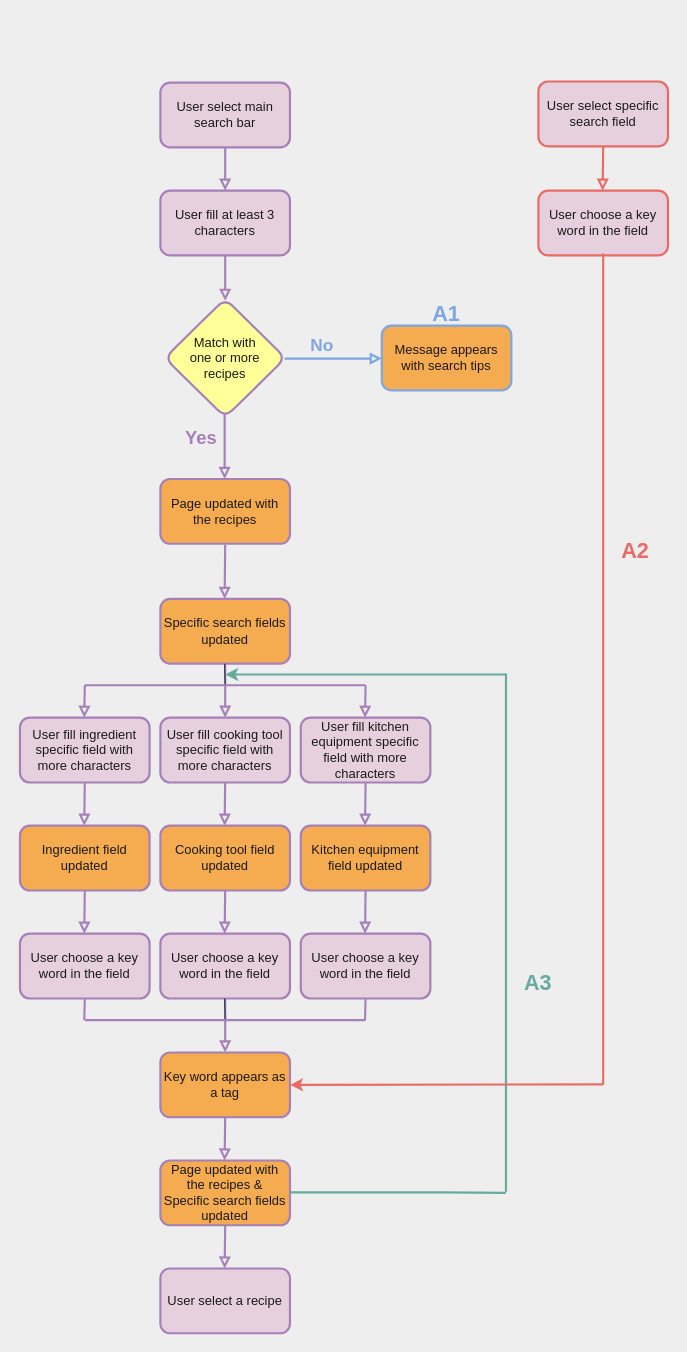
Earlier version of the draw.io diagram Untitled Diagram.drawio (July-github/Les-Petits-Plats). Source tidied: cells renumbered, new cells numbered last; positions are measured from the earlier drawing's top-left corner, leaving out a move shared by most shapes. Both pictures are drawn from the tidied source at 108%, with x=0, y=0 at pixel (19, 81).
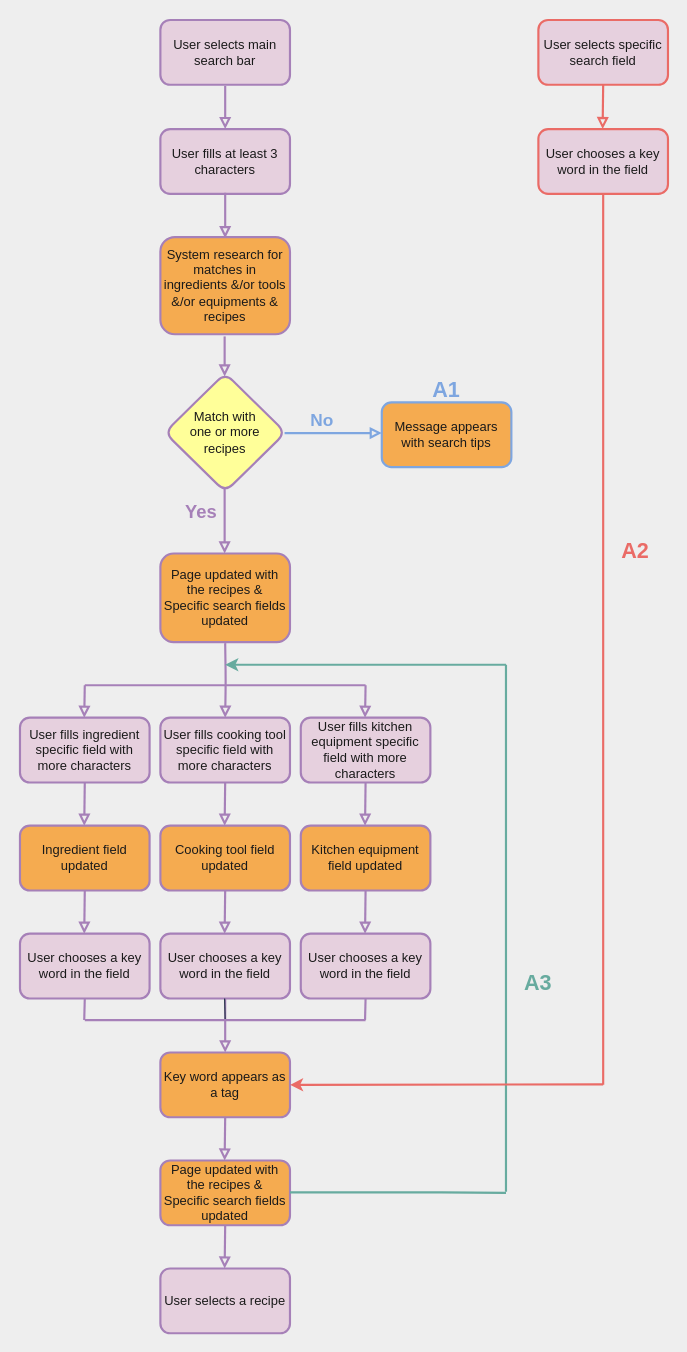
After the change.

Change to the diagram source:
```diff
@@
-    <mxCell id="2" value="User select main search bar" style="whiteSpace=wrap;html=1;fillColor=#E6D0DE;strokeColor=#A680B8;rounded=1;fontColor=#1A1A1A;strokeWidth=2;" parent="1" vertex="1">
-      <mxGeometry x="130" y="1" width="120" height="60" as="geometry" />
+    <mxCell id="2" value="User selects main search bar" style="whiteSpace=wrap;html=1;fillColor=#E6D0DE;strokeColor=#A680B8;rounded=1;fontColor=#1A1A1A;strokeWidth=2;" parent="1" vertex="1">
+      <mxGeometry x="130" y="-57" width="120" height="60" as="geometry" />
     </mxCell>
     <mxCell id="3" style="endArrow=block;html=1;endFill=0;labelBackgroundColor=#EEEEEE;strokeColor=#A680B8;fontColor=#000000;strokeWidth=2;" parent="1" edge="1">
       <mxGeometry relative="1" as="geometry">
-        <mxPoint x="190" y="61" as="sourcePoint" />
-        <mxPoint x="190" y="101" as="targetPoint" />
+        <mxPoint x="190" y="4" as="sourcePoint" />
+        <mxPoint x="190" y="44" as="targetPoint" />
       </mxGeometry>
     </mxCell>
-    <mxCell id="4" value="User fill at least 3 characters" style="whiteSpace=wrap;html=1;fillColor=#E6D0DE;strokeColor=#A680B8;rounded=1;fontColor=#1A1A1A;strokeWidth=2;" parent="1" vertex="1">
-      <mxGeometry x="130" y="101" width="120" height="60" as="geometry" />
+    <mxCell id="4" value="User fills at least 3 characters" style="whiteSpace=wrap;html=1;fillColor=#E6D0DE;strokeColor=#A680B8;rounded=1;fontColor=#1A1A1A;strokeWidth=2;" parent="1" vertex="1">
+      <mxGeometry x="130" y="44" width="120" height="60" as="geometry" />
     </mxCell>
     <mxCell id="5" value="Match with &lt;br&gt;one or more &lt;br&gt;recipes" style="rhombus;whiteSpace=wrap;html=1;fillColor=#FFFF99;strokeColor=#A680B8;rounded=1;fontColor=#1A1A1A;strokeWidth=2;" parent="1" vertex="1">
-      <mxGeometry x="134" y="201" width="112" height="110" as="geometry" />
+      <mxGeometry x="134" y="270" width="112" height="110" as="geometry" />
     </mxCell>
     <mxCell id="6" style="endArrow=block;html=1;endFill=0;labelBackgroundColor=#EEEEEE;strokeColor=#A680B8;fontColor=#000000;strokeWidth=2;" parent="1" edge="1">
       <mxGeometry relative="1" as="geometry">
-        <mxPoint x="190" y="161" as="sourcePoint" />
-        <mxPoint x="190" y="203" as="targetPoint" />
+        <mxPoint x="190" y="103" as="sourcePoint" />
+        <mxPoint x="190" y="145" as="targetPoint" />
       </mxGeometry>
     </mxCell>
     <mxCell id="7" style="endArrow=block;html=1;endFill=0;strokeColor=#7EA6E0;strokeWidth=2;arcSize=20;labelBackgroundColor=#EEEEEE;fontColor=#7EA6E0;" parent="1" edge="1">
       <mxGeometry relative="1" as="geometry">
-        <mxPoint x="245" y="256.5" as="sourcePoint" />
-        <mxPoint x="335" y="256.5" as="targetPoint" />
+        <mxPoint x="245" y="325.5" as="sourcePoint" />
+        <mxPoint x="335" y="325.5" as="targetPoint" />
       </mxGeometry>
     </mxCell>
     <mxCell id="8" value="No" style="text;html=1;strokeColor=none;fillColor=none;align=center;verticalAlign=middle;whiteSpace=wrap;fontColor=#7EA6E0;rounded=1;fontStyle=1;fontSize=16;" parent="1" vertex="1">
-      <mxGeometry x="250" y="229" width="60" height="30" as="geometry" />
+      <mxGeometry x="250" y="298" width="60" height="30" as="geometry" />
     </mxCell>
     <mxCell id="9" value="Yes" style="text;html=1;strokeColor=none;fillColor=none;align=center;verticalAlign=middle;whiteSpace=wrap;rounded=1;fontColor=#A680B8;fontStyle=1;fontSize=17;" parent="1" vertex="1">
-      <mxGeometry x="138" y="316" width="60" height="30" as="geometry" />
+      <mxGeometry x="138" y="385" width="60" height="30" as="geometry" />
     </mxCell>
     <mxCell id="10" style="endArrow=block;html=1;endFill=0;labelBackgroundColor=#EEEEEE;strokeColor=#A680B8;fontColor=#000000;strokeWidth=2;" parent="1" edge="1">
       <mxGeometry relative="1" as="geometry">
-        <mxPoint x="189.5" y="308" as="sourcePoint" />
-        <mxPoint x="189.5" y="368" as="targetPoint" />
+        <mxPoint x="189.5" y="377" as="sourcePoint" />
+        <mxPoint x="189.5" y="437" as="targetPoint" />
       </mxGeometry>
     </mxCell>
-    <mxCell id="11" value="Page updated with the recipes" style="whiteSpace=wrap;html=1;fillColor=#F5AB50;strokeColor=#A680B8;rounded=1;fontColor=#1A1A1A;strokeWidth=2;" parent="1" vertex="1">
-      <mxGeometry x="130" y="368" width="120" height="60" as="geometry" />
+    <mxCell id="11" value="Page updated with the recipes &amp;amp;&lt;br&gt;Specific search fields updated" style="whiteSpace=wrap;html=1;fillColor=#F5AB50;strokeColor=#A680B8;rounded=1;fontColor=#1A1A1A;strokeWidth=2;" parent="1" vertex="1">
+      <mxGeometry x="130" y="437" width="120" height="82" as="geometry" />
     </mxCell>
-    <mxCell id="12" style="edgeStyle=orthogonalEdgeStyle;jettySize=auto;html=1;endArrow=block;endFill=0;labelBackgroundColor=#EEEEEE;strokeColor=#A680B8;fontColor=#000000;strokeWidth=2;" parent="1" edge="1" source="13" target="17">
-      <mxGeometry relative="1" as="geometry" />
+    <mxCell id="12" style="edgeStyle=orthogonalEdgeStyle;jettySize=auto;html=1;endArrow=block;endFill=0;labelBackgroundColor=#EEEEEE;strokeColor=#A680B8;fontColor=#000000;strokeWidth=2;" parent="1" edge="1" target="17">
+      <mxGeometry relative="1" as="geometry">
+        <mxPoint x="190" y="520" as="sourcePoint" />
+      </mxGeometry>
     </mxCell>
-    <mxCell id="13" value="Specific search fields updated" style="whiteSpace=wrap;html=1;fillColor=#F5AB50;strokeColor=#A680B8;rounded=1;fontColor=#1A1A1A;strokeWidth=2;" parent="1" vertex="1">
-      <mxGeometry x="130" y="479" width="120" height="60" as="geometry" />
-    </mxCell>
-    <mxCell id="14" style="endArrow=block;html=1;endFill=0;labelBackgroundColor=#EEEEEE;strokeColor=#A680B8;fontColor=#000000;strokeWidth=2;" parent="1" edge="1">
-      <mxGeometry relative="1" as="geometry">
-        <mxPoint x="190" y="429" as="sourcePoint" />
-        <mxPoint x="189.5" y="479" as="targetPoint" />
-      </mxGeometry>
-    </mxCell>
-    <mxCell id="15" value="User fill ingredient specific field with more characters" style="whiteSpace=wrap;html=1;fillColor=#E6D0DE;strokeColor=#A680B8;rounded=1;fontColor=#1A1A1A;strokeWidth=2;" parent="1" vertex="1">
+    <mxCell id="15" value="User fills ingredient specific field with more characters" style="whiteSpace=wrap;html=1;fillColor=#E6D0DE;strokeColor=#A680B8;rounded=1;fontColor=#1A1A1A;strokeWidth=2;" parent="1" vertex="1">
       <mxGeometry y="589" width="120" height="60" as="geometry" />
     </mxCell>
@@
-    <mxCell id="17" value="User fill cooking tool specific field with more characters" style="whiteSpace=wrap;html=1;fillColor=#E6D0DE;strokeColor=#A680B8;rounded=1;fontColor=#1A1A1A;strokeWidth=2;" parent="1" vertex="1">
+    <mxCell id="17" value="User fills cooking tool specific field with more characters" style="whiteSpace=wrap;html=1;fillColor=#E6D0DE;strokeColor=#A680B8;rounded=1;fontColor=#1A1A1A;strokeWidth=2;" parent="1" vertex="1">
       <mxGeometry x="130" y="589" width="120" height="60" as="geometry" />
     </mxCell>
-    <mxCell id="18" value="User fill kitchen equipment specific field with more characters" style="whiteSpace=wrap;html=1;fillColor=#E6D0DE;strokeColor=#A680B8;rounded=1;fontColor=#1A1A1A;strokeWidth=2;" parent="1" vertex="1">
+    <mxCell id="18" value="User fills kitchen equipment specific field with more characters" style="whiteSpace=wrap;html=1;fillColor=#E6D0DE;strokeColor=#A680B8;rounded=1;fontColor=#1A1A1A;strokeWidth=2;" parent="1" vertex="1">
       <mxGeometry x="260" y="589" width="120" height="60" as="geometry" />
     </mxCell>
-    <mxCell id="19" style="endArrow=none;html=1;labelBackgroundColor=#EEEEEE;strokeColor=#182E3E;fontColor=#1A1A1A;" parent="1" edge="1">
-      <mxGeometry relative="1" as="geometry">
-        <mxPoint x="190" y="559" as="sourcePoint" />
-        <mxPoint x="189.5" y="539" as="targetPoint" />
-      </mxGeometry>
-    </mxCell>
@@
-    <mxCell id="28" value="User choose a key word in the field" style="whiteSpace=wrap;html=1;fillColor=#E6D0DE;strokeColor=#A680B8;rounded=1;fontColor=#1A1A1A;strokeWidth=2;" parent="1" vertex="1">
+    <mxCell id="28" value="User chooses a key word in the field" style="whiteSpace=wrap;html=1;fillColor=#E6D0DE;strokeColor=#A680B8;rounded=1;fontColor=#1A1A1A;strokeWidth=2;" parent="1" vertex="1">
       <mxGeometry y="789" width="120" height="60" as="geometry" />
     </mxCell>
@@
-    <mxCell id="30" value="User choose a key word in the field" style="whiteSpace=wrap;html=1;fillColor=#E6D0DE;strokeColor=#A680B8;rounded=1;fontColor=#1A1A1A;strokeWidth=2;" parent="1" vertex="1">
+    <mxCell id="30" value="User chooses a key word in the field" style="whiteSpace=wrap;html=1;fillColor=#E6D0DE;strokeColor=#A680B8;rounded=1;fontColor=#1A1A1A;strokeWidth=2;" parent="1" vertex="1">
       <mxGeometry x="130" y="789" width="120" height="60" as="geometry" />
     </mxCell>
@@
-    <mxCell id="32" value="User choose a key word in the field" style="whiteSpace=wrap;html=1;fillColor=#E6D0DE;strokeColor=#A680B8;rounded=1;fontColor=#1A1A1A;strokeWidth=2;" parent="1" vertex="1">
+    <mxCell id="32" value="User chooses a key word in the field" style="whiteSpace=wrap;html=1;fillColor=#E6D0DE;strokeColor=#A680B8;rounded=1;fontColor=#1A1A1A;strokeWidth=2;" parent="1" vertex="1">
       <mxGeometry x="260" y="789" width="120" height="60" as="geometry" />
     </mxCell>
@@
-    <mxCell id="42" value="User select a recipe" style="whiteSpace=wrap;html=1;fillColor=#E6D0DE;strokeColor=#A680B8;rounded=1;fontColor=#1A1A1A;strokeWidth=2;" parent="1" vertex="1">
+    <mxCell id="42" value="User selects a recipe" style="whiteSpace=wrap;html=1;fillColor=#E6D0DE;strokeColor=#A680B8;rounded=1;fontColor=#1A1A1A;strokeWidth=2;" parent="1" vertex="1">
       <mxGeometry x="130" y="1099" width="120" height="60" as="geometry" />
     </mxCell>
@@
     <mxCell id="44" value="Message appears with search tips" style="whiteSpace=wrap;html=1;fillColor=#F5AB50;strokeColor=#7EA6E0;strokeWidth=2;rounded=1;fontColor=#1A1A1A;" parent="1" vertex="1">
-      <mxGeometry x="335" y="226" width="120" height="60" as="geometry" />
+      <mxGeometry x="335" y="297" width="120" height="60" as="geometry" />
     </mxCell>
     <mxCell id="45" value="A1" style="text;html=1;strokeColor=none;fillColor=none;align=center;verticalAlign=middle;whiteSpace=wrap;fontColor=#7EA6E0;rounded=1;fontSize=20;fontStyle=1;" parent="1" vertex="1">
-      <mxGeometry x="365" y="199" width="60" height="30" as="geometry" />
+      <mxGeometry x="365" y="270" width="60" height="30" as="geometry" />
     </mxCell>
     <mxCell id="46" style="endArrow=classic;html=1;fontColor=#1A1A1A;strokeColor=#67AB9F;strokeWidth=2;labelBackgroundColor=#EEEEEE;" parent="1" edge="1">
       <mxGeometry relative="1" as="geometry">
-        <mxPoint x="450" y="549" as="sourcePoint" />
-        <mxPoint x="190" y="549" as="targetPoint" />
+        <mxPoint x="450" y="540" as="sourcePoint" />
+        <mxPoint x="190" y="540" as="targetPoint" />
       </mxGeometry>
     </mxCell>
@@
     <mxCell id="48" style="endArrow=none;html=1;fontColor=#1A1A1A;strokeColor=#67AB9F;strokeWidth=2;labelBackgroundColor=#EEEEEE;" parent="1" edge="1">
       <mxGeometry relative="1" as="geometry">
         <mxPoint x="450" y="1028" as="sourcePoint" />
-        <mxPoint x="450" y="548" as="targetPoint" />
+        <mxPoint x="450" y="540" as="targetPoint" />
       </mxGeometry>
     </mxCell>
@@
-    <mxCell id="50" value="User choose a key word in the field" style="whiteSpace=wrap;html=1;fillColor=#E6D0DE;strokeColor=#EA6B66;rounded=1;fontColor=#1A1A1A;strokeWidth=2;" parent="1" vertex="1">
-      <mxGeometry x="480" y="101" width="120" height="60" as="geometry" />
+    <mxCell id="50" value="User chooses a key word in the field" style="whiteSpace=wrap;html=1;fillColor=#E6D0DE;strokeColor=#EA6B66;rounded=1;fontColor=#1A1A1A;strokeWidth=2;" parent="1" vertex="1">
+      <mxGeometry x="480" y="44" width="120" height="60" as="geometry" />
     </mxCell>
-    <mxCell id="51" style="endArrow=none;html=1;endFill=0;labelBackgroundColor=#EEEEEE;strokeColor=#EA6B66;fontColor=#1A1A1A;strokeWidth=2;" parent="1" edge="1">
+    <mxCell id="51" style="endArrow=none;html=1;endFill=0;labelBackgroundColor=#EEEEEE;strokeColor=#EA6B66;fontColor=#1A1A1A;strokeWidth=2;exitX=0.5;exitY=1;exitDx=0;exitDy=0;" parent="1" edge="1" source="50">
       <mxGeometry relative="1" as="geometry">
-        <mxPoint x="540" y="159" as="sourcePoint" />
         <mxPoint x="540" y="929" as="targetPoint" />
       </mxGeometry>
     </mxCell>
-    <mxCell id="52" value="User select specific search field" style="whiteSpace=wrap;html=1;fillColor=#E6D0DE;strokeColor=#EA6B66;rounded=1;fontColor=#1A1A1A;strokeWidth=2;" parent="1" vertex="1">
-      <mxGeometry x="480" width="120" height="60" as="geometry" />
+    <mxCell id="52" value="User selects specific search field" style="whiteSpace=wrap;html=1;fillColor=#E6D0DE;strokeColor=#EA6B66;rounded=1;fontColor=#1A1A1A;strokeWidth=2;" parent="1" vertex="1">
+      <mxGeometry x="480" y="-57" width="120" height="60" as="geometry" />
     </mxCell>
     <mxCell id="53" style="endArrow=block;html=1;endFill=0;labelBackgroundColor=#EEEEEE;strokeColor=#EA6B66;fontColor=#1A1A1A;strokeWidth=2;" parent="1" edge="1">
       <mxGeometry relative="1" as="geometry">
-        <mxPoint x="540" y="60" as="sourcePoint" />
-        <mxPoint x="539.5" y="101" as="targetPoint" />
+        <mxPoint x="540" y="3" as="sourcePoint" />
+        <mxPoint x="539.5" y="44" as="targetPoint" />
       </mxGeometry>
     </mxCell>
@@
+    <mxCell id="56" value="System research for matches in ingredients &amp;amp;/or tools &amp;amp;/or equipments &amp;amp; recipes" style="whiteSpace=wrap;html=1;fillColor=#F5AB50;strokeColor=#A680B8;rounded=1;fontColor=#1A1A1A;strokeWidth=2;" parent="1" vertex="1">
+      <mxGeometry x="130" y="144" width="120" height="90" as="geometry" />
+    </mxCell>
+    <mxCell id="57" style="endArrow=block;html=1;endFill=0;labelBackgroundColor=#EEEEEE;strokeColor=#A680B8;fontColor=#000000;strokeWidth=2;" parent="1" edge="1">
+      <mxGeometry relative="1" as="geometry">
+        <mxPoint x="189.5" y="236" as="sourcePoint" />
+        <mxPoint x="189.5" y="273" as="targetPoint" />
+      </mxGeometry>
+    </mxCell>
```
